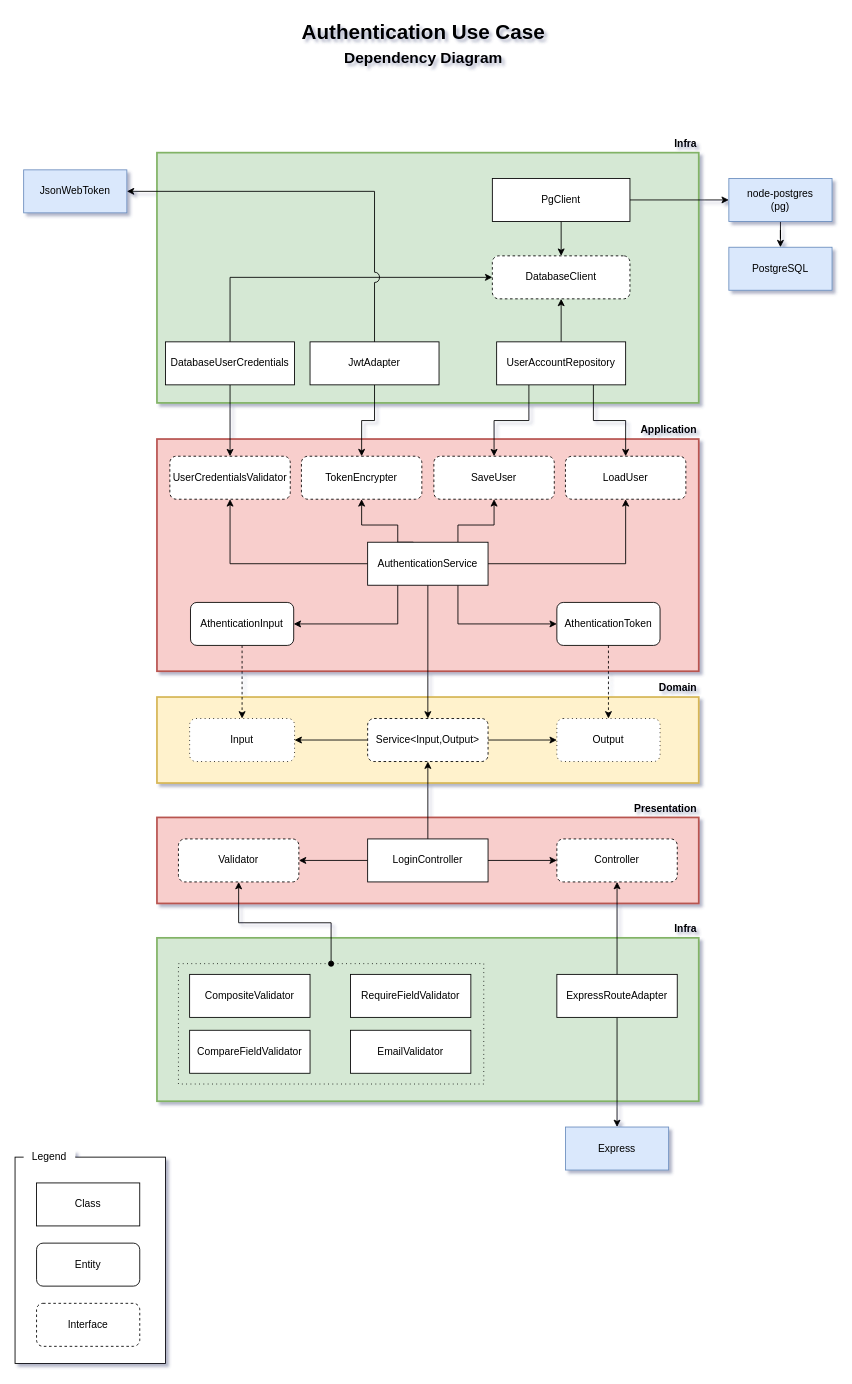
Earlier version of the draw.io diagram page "authentication-clean" (1 of 2) of docs/diagrams/authentication/authentication.drawio (uespi-phb/20251-tec1). Source tidied: cells renumbered, new cells numbered last; positions are measured from the earlier drawing's top-left corner, leaving out a move shared by most shapes. Both pictures are drawn from the tidied source at 86%, with x=0, y=0 at pixel (15, 15).
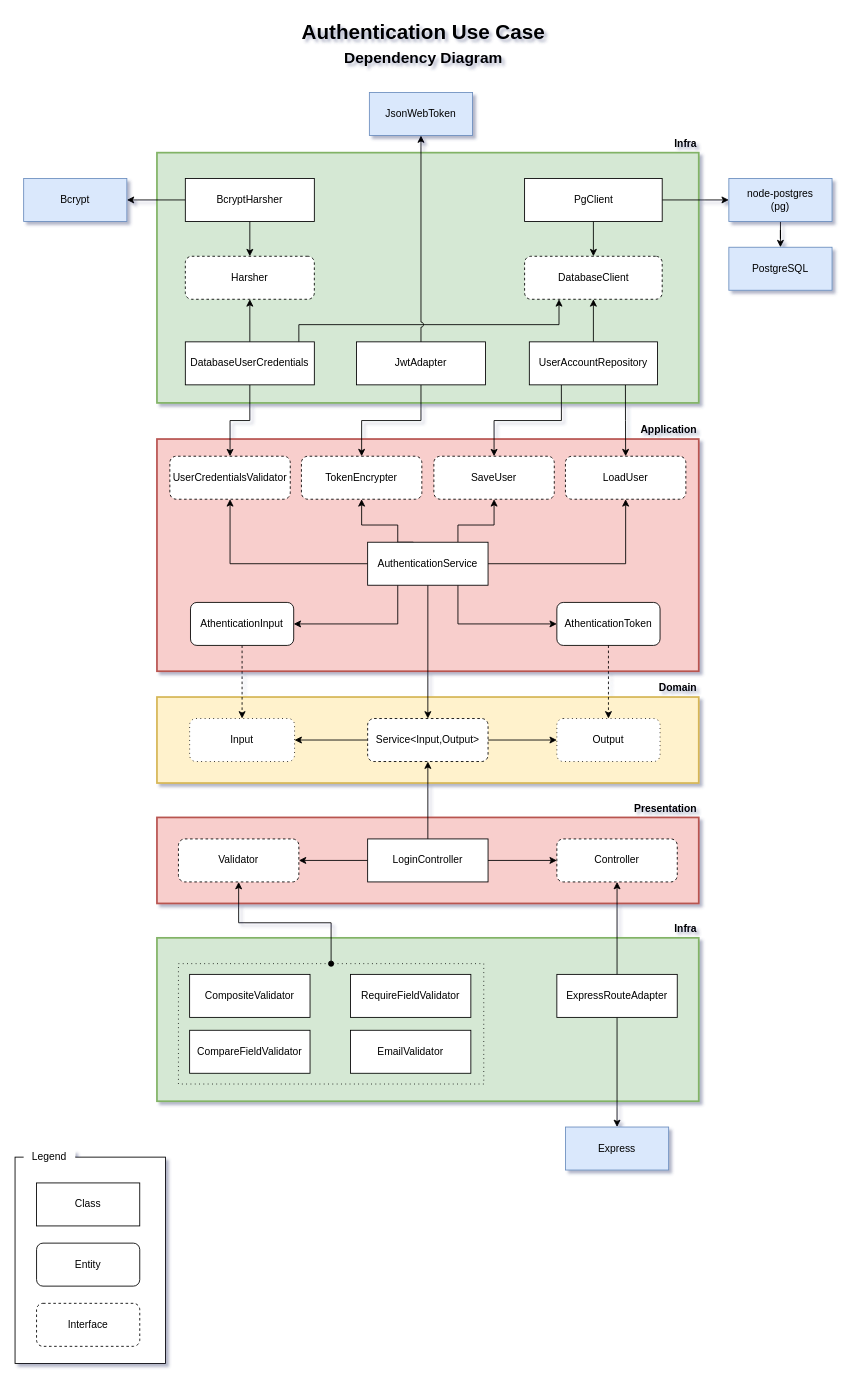
The same diagram, later.

Change to the diagram source:
```diff
@@
     <mxCell id="36" value="JsonWebToken" style="rounded=0;whiteSpace=wrap;html=1;glass=0;shadow=0;fillColor=#dae8fc;strokeColor=#6c8ebf;" parent="1" vertex="1">
-      <mxGeometry x="10" y="180" width="120" height="50" as="geometry" />
+      <mxGeometry x="412" y="90" width="120" height="50" as="geometry" />
     </mxCell>
@@
-    <mxCell id="45" style="edgeStyle=orthogonalEdgeStyle;rounded=0;jettySize=auto;html=1;entryX=0;entryY=0.5;entryDx=0;entryDy=0;" parent="1" edge="1" source="46" target="74">
+    <mxCell id="45" style="edgeStyle=orthogonalEdgeStyle;rounded=0;jettySize=auto;html=1;entryX=0.25;entryY=1;entryDx=0;entryDy=0;exitX=0.88;exitY=0;exitDx=0;exitDy=0;exitPerimeter=0;" parent="1" edge="1" source="46" target="74">
       <mxGeometry relative="1" as="geometry">
         <Array as="points">
-          <mxPoint x="250" y="305" />
+          <mxPoint x="330" y="360" />
+          <mxPoint x="633" y="360" />
         </Array>
       </mxGeometry>
     </mxCell>
+    <mxCell id="75" style="edgeStyle=orthogonalEdgeStyle;rounded=0;jettySize=auto;html=1;entryX=0.5;entryY=1;entryDx=0;entryDy=0;" parent="1" edge="1" source="46" target="76">
+      <mxGeometry relative="1" as="geometry" />
+    </mxCell>
     <mxCell id="46" value="DatabaseUserCredentials" style="rounded=0;whiteSpace=wrap;html=1;glass=0;shadow=0;points=[[0,0,0,0,0],[0,0.25,0,0,0],[0,0.5,0,0,0],[0,0.75,0,0,0],[0,1,0,0,0],[0.13,0,0,0,0],[0.25,0,0,0,0],[0.25,1,0,0,0],[0.38,0,0,0,0],[0.5,0,0,0,0],[0.5,1,0,0,0],[0.62,0,0,0,0],[0.75,0,0,0,0],[0.75,1,0,0,0],[0.88,0,0,0,0],[1,0,0,0,0],[1,0.25,0,0,0],[1,0.5,0,0,0],[1,0.75,0,0,0],[1,1,0,0,0]];" parent="1" vertex="1">
-      <mxGeometry x="175" y="380" width="150" height="50" as="geometry" />
+      <mxGeometry x="198" y="380" width="150" height="50" as="geometry" />
     </mxCell>
     <mxCell id="47" value="JwtAdapter" style="rounded=0;whiteSpace=wrap;html=1;glass=0;shadow=0;points=[[0,0,0,0,0],[0,0.25,0,0,0],[0,0.5,0,0,0],[0,0.75,0,0,0],[0,1,0,0,0],[0.13,0,0,0,0],[0.25,0,0,0,0],[0.25,1,0,0,0],[0.38,0,0,0,0],[0.5,0,0,0,0],[0.5,1,0,0,0],[0.62,0,0,0,0],[0.75,0,0,0,0],[0.75,1,0,0,0],[0.88,0,0,0,0],[1,0,0,0,0],[1,0.25,0,0,0],[1,0.5,0,0,0],[1,0.75,0,0,0],[1,1,0,0,0]];" parent="1" vertex="1">
-      <mxGeometry x="343" y="380" width="150" height="50" as="geometry" />
+      <mxGeometry x="397" y="380" width="150" height="50" as="geometry" />
     </mxCell>
@@
     <mxCell id="49" value="UserAccountRepository" style="rounded=0;whiteSpace=wrap;html=1;glass=0;shadow=0;points=[[0,0,0,0,0],[0,0.25,0,0,0],[0,0.5,0,0,0],[0,0.75,0,0,0],[0,1,0,0,0],[0.13,0,0,0,0],[0.25,0,0,0,0],[0.25,1,0,0,0],[0.38,0,0,0,0],[0.5,0,0,0,0],[0.5,1,0,0,0],[0.62,0,0,0,0],[0.75,0,0,0,0],[0.75,1,0,0,0],[0.88,0,0,0,0],[1,0,0,0,0],[1,0.25,0,0,0],[1,0.5,0,0,0],[1,0.75,0,0,0],[1,1,0,0,0]];" parent="1" vertex="1">
-      <mxGeometry x="560" y="380" width="150" height="50" as="geometry" />
+      <mxGeometry x="598" y="380" width="149" height="50" as="geometry" />
     </mxCell>
@@
-    <mxCell id="51" style="edgeStyle=orthogonalEdgeStyle;rounded=0;jettySize=auto;html=1;entryX=1;entryY=0.5;entryDx=0;entryDy=0;strokeColor=#000000;jumpStyle=arc;jumpSize=12;exitX=0.5;exitY=0;exitDx=0;exitDy=0;exitPerimeter=0;" parent="1" edge="1" source="47" target="36">
-      <mxGeometry relative="1" as="geometry">
-        <Array as="points">
-          <mxPoint x="418" y="205" />
-        </Array>
-      </mxGeometry>
-    </mxCell>
@@
     <mxCell id="69" value="PgClient" style="rounded=0;whiteSpace=wrap;html=1;flipH=1;" parent="1" vertex="1">
-      <mxGeometry x="555" y="190" width="160" height="50" as="geometry" />
+      <mxGeometry x="592.5" y="190" width="160" height="50" as="geometry" />
     </mxCell>
@@
     <mxCell id="74" value="DatabaseClient" style="rounded=1;whiteSpace=wrap;html=1;dashed=1;flipH=1;" parent="1" vertex="1">
-      <mxGeometry x="555" y="280" width="160" height="50" as="geometry" />
+      <mxGeometry x="592.5" y="280.5" width="160" height="50" as="geometry" />
     </mxCell>
+    <mxCell id="76" value="Harsher" style="rounded=1;whiteSpace=wrap;html=1;dashed=1;flipH=1;" parent="1" vertex="1">
+      <mxGeometry x="198" y="280.5" width="150" height="50" as="geometry" />
+    </mxCell>
+    <mxCell id="77" style="edgeStyle=orthogonalEdgeStyle;rounded=0;jettySize=auto;html=1;entryX=0.5;entryY=0;entryDx=0;entryDy=0;" parent="1" edge="1" source="79" target="76">
+      <mxGeometry relative="1" as="geometry" />
+    </mxCell>
+    <mxCell id="78" style="edgeStyle=orthogonalEdgeStyle;rounded=0;jettySize=auto;html=1;entryX=1;entryY=0.5;entryDx=0;entryDy=0;" parent="1" edge="1" source="79" target="81">
+      <mxGeometry relative="1" as="geometry" />
+    </mxCell>
+    <mxCell id="79" value="BcryptHarsher" style="rounded=0;whiteSpace=wrap;html=1;flipH=1;" parent="1" vertex="1">
+      <mxGeometry x="198" y="190" width="150" height="50" as="geometry" />
+    </mxCell>
+    <mxCell id="80" style="edgeStyle=orthogonalEdgeStyle;rounded=0;jettySize=auto;html=1;jumpStyle=arc;" parent="1" edge="1" source="47">
+      <mxGeometry relative="1" as="geometry">
+        <mxPoint x="472" y="140" as="targetPoint" />
+      </mxGeometry>
+    </mxCell>
+    <mxCell id="81" value="Bcrypt" style="rounded=0;whiteSpace=wrap;html=1;glass=0;shadow=0;fillColor=#dae8fc;strokeColor=#6c8ebf;" parent="1" vertex="1">
+      <mxGeometry x="10" y="190" width="120" height="50" as="geometry" />
+    </mxCell>
```
